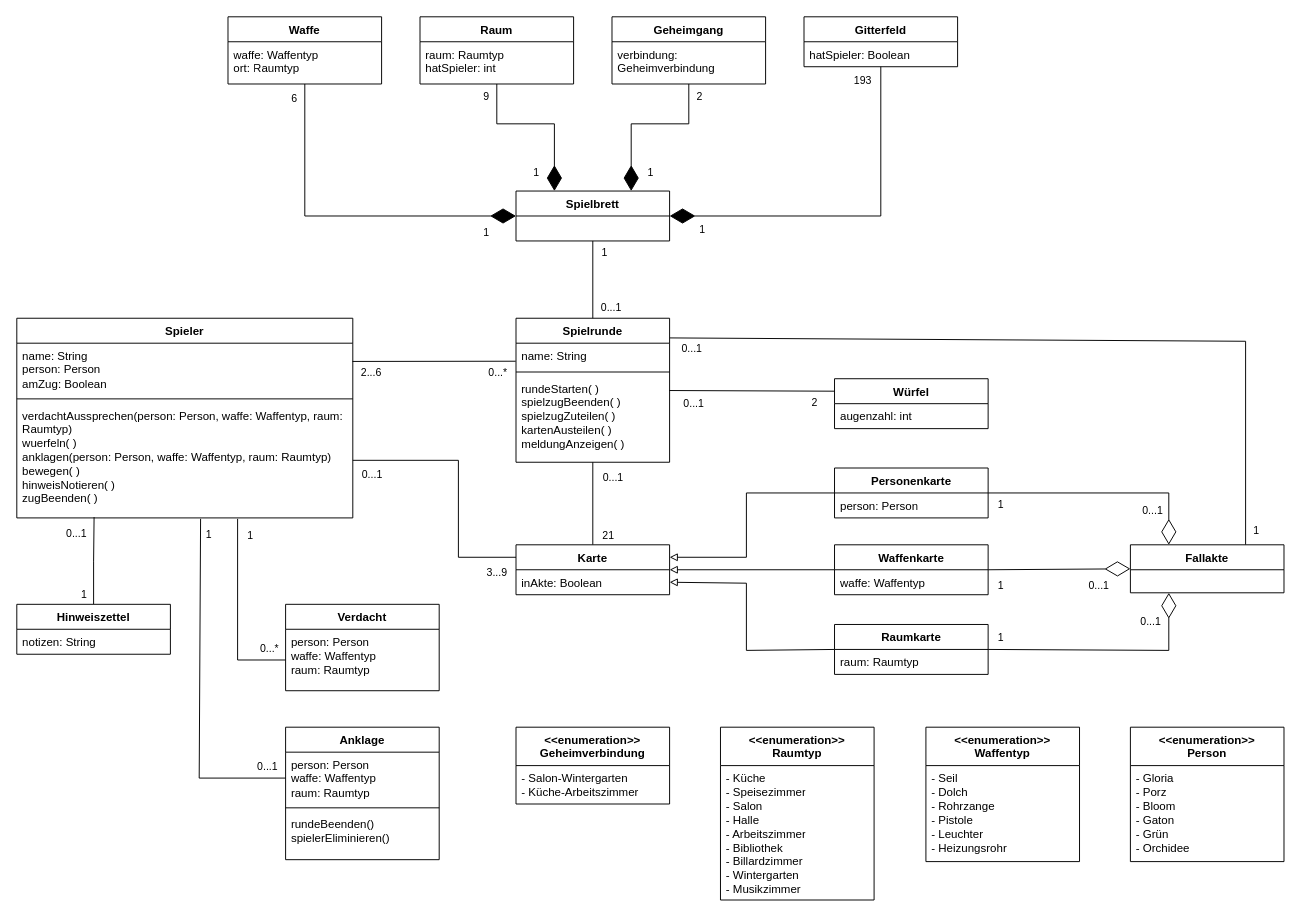
Earlier version of the draw.io diagram draw.io/Klassendiagramm.drawio (dhbw-jhoang/dhbw_software_engineering_spiel). Source tidied: cells renumbered, new cells numbered last; positions are measured from the earlier drawing's top-left corner, leaving out a move shared by most shapes. Both pictures are drawn from the tidied source at 96%, with x=0, y=0 at pixel (16, 16).
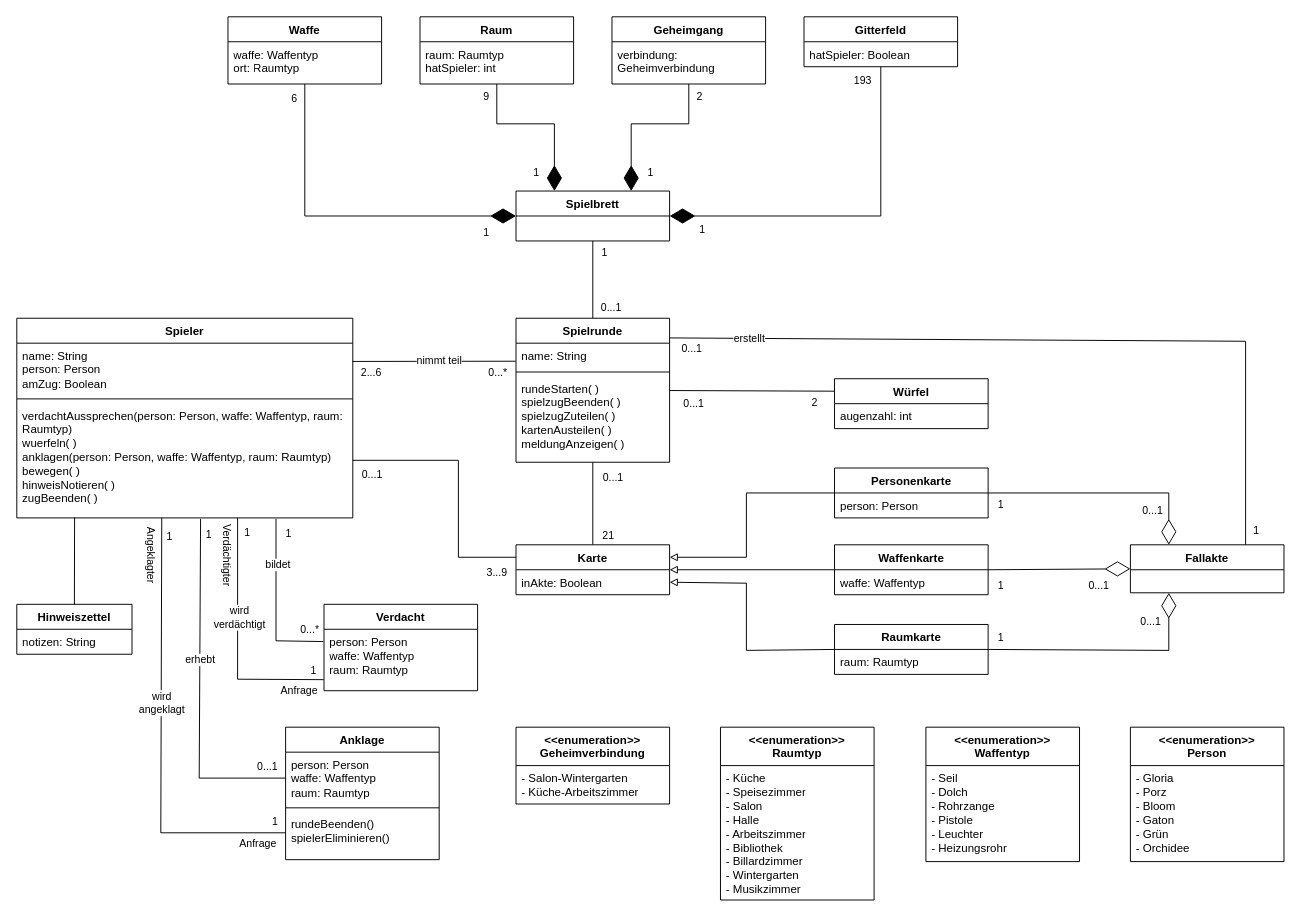
The same page after the edit.

Commit message (it also covers changes not shown here):
Klassendiagramm mit Rollen erweitert

The change refers to these unchanged cells:
```xml
<mxCell id="13" value="verdachtAussprechen(person: Person, waffe: Waffentyp, raum: Raumtyp)&lt;br&gt;wuerfeln( )&lt;br&gt;anklagen(person: Person, waffe: Waffentyp, raum: Raumtyp)&lt;br&gt;bewegen( )&lt;br&gt;hinweisNotieren( )&lt;br&gt;zugBeenden( )" style="text;strokeColor=none;fillColor=none;align=left;verticalAlign=top;spacingLeft=4;spacingRight=4;overflow=hidden;points=[[0,0.5],[1,0.5]];portConstraint=eastwest;whiteSpace=wrap;html=1;" parent="10" vertex="1">
  <mxGeometry y="88" width="350" height="120" as="geometry" />
</mxCell>
<mxCell id="19" style="edgeStyle=none;rounded=0;jettySize=auto;html=1;exitX=1;exitY=0.25;exitDx=0;exitDy=0;entryX=0.75;entryY=0;entryDx=0;entryDy=0;endArrow=none;endFill=0;" parent="1" edge="1" target="75">
  <mxGeometry relative="1" as="geometry">
    <mxPoint x="680" y="334.5" as="sourcePoint" />
    <Array as="points">
      <mxPoint x="1280" y="338" />
    </Array>
  </mxGeometry>
</mxCell>
<mxCell id="31" style="edgeStyle=none;rounded=0;jettySize=auto;html=1;endArrow=none;endFill=0;entryX=-0.002;entryY=0.722;entryDx=0;entryDy=0;exitX=0.999;exitY=0.352;exitDx=0;exitDy=0;exitPerimeter=0;entryPerimeter=0;" parent="1" edge="1" source="11" target="23">
  <mxGeometry relative="1" as="geometry" />
</mxCell>
<mxCell id="88" value="rundeBeenden()&lt;br&gt;spielerEliminieren()" style="text;strokeColor=none;fillColor=none;align=left;verticalAlign=top;spacingLeft=4;spacingRight=4;overflow=hidden;points=[[0,0.5],[1,0.5]];portConstraint=eastwest;whiteSpace=wrap;html=1;" parent="85" vertex="1">
  <mxGeometry y="88" width="160" height="50" as="geometry" />
</mxCell>
<mxCell id="93" value="person: Person&lt;br&gt;waffe: Waffentyp&lt;br&gt;raum: Raumtyp" style="text;strokeColor=none;fillColor=none;align=left;verticalAlign=top;spacingLeft=4;spacingRight=4;overflow=hidden;points=[[0,0.5],[1,0.5]];portConstraint=eastwest;whiteSpace=wrap;html=1;" parent="92" vertex="1">
  <mxGeometry y="26" width="160" height="64" as="geometry" />
</mxCell>
<mxCell id="94" style="edgeStyle=none;rounded=0;jettySize=auto;html=1;exitX=0;exitY=0.5;exitDx=0;exitDy=0;entryX=0.547;entryY=1.008;entryDx=0;entryDy=0;entryPerimeter=0;endArrow=none;endFill=0;" parent="1" edge="1" source="86" target="13">
  <mxGeometry relative="1" as="geometry">
    <Array as="points">
      <mxPoint x="190" y="793" />
    </Array>
  </mxGeometry>
</mxCell>
```

Diff of the diagram source:
```diff
@@
-    <mxCell id="14" style="edgeStyle=orthogonalEdgeStyle;rounded=0;jettySize=auto;html=1;exitX=0.5;exitY=0;exitDx=0;exitDy=0;entryX=0.23;entryY=0.993;entryDx=0;entryDy=0;entryPerimeter=0;endArrow=none;endFill=0;" parent="1" edge="1" source="17" target="13">
-      <mxGeometry relative="1" as="geometry" />
-    </mxCell>
-    <mxCell id="15" value="1" style="edgeLabel;html=1;align=center;verticalAlign=middle;" parent="14" vertex="1">
-      <mxGeometry x="0.04" y="2" relative="1" as="geometry">
-        <mxPoint x="-9" y="36" as="offset" />
-      </mxGeometry>
-    </mxCell>
-    <mxCell id="16" value="0...1" style="edgeLabel;html=1;align=center;verticalAlign=middle;" parent="14" vertex="1">
-      <mxGeometry x="0.45" y="-1" relative="1" as="geometry">
-        <mxPoint x="-20" y="-9" as="offset" />
-      </mxGeometry>
-    </mxCell>
     <mxCell id="17" value="Hinweiszettel" style="swimlane;fontStyle=1;align=center;verticalAlign=top;horizontal=1;startSize=26;whiteSpace=wrap;html=1;" parent="1" vertex="1">
-      <mxGeometry y="612" width="160" height="52" as="geometry" />
+      <mxGeometry y="612" width="120" height="52" as="geometry" />
     </mxCell>
     <mxCell id="18" value="notizen: String" style="text;strokeColor=none;fillColor=none;align=left;verticalAlign=top;spacingLeft=4;spacingRight=4;overflow=hidden;whiteSpace=wrap;html=1;" parent="17" vertex="1">
-      <mxGeometry y="26" width="160" height="26" as="geometry" />
+      <mxGeometry y="26" width="120" height="26" as="geometry" />
     </mxCell>
@@
+    <mxCell id="97" value="erstellt" style="edgeLabel;html=1;align=center;verticalAlign=middle;" parent="19" vertex="1">
+      <mxGeometry x="-0.05" y="2" relative="1" as="geometry">
+        <mxPoint x="-304" as="offset" />
+      </mxGeometry>
+    </mxCell>
@@
+    <mxCell id="98" value="nimmt teil" style="edgeLabel;html=1;align=center;verticalAlign=middle;" parent="31" vertex="1">
+      <mxGeometry x="0.11" y="-1" relative="1" as="geometry">
+        <mxPoint x="-4" y="-2" as="offset" />
+      </mxGeometry>
+    </mxCell>
@@
-    <mxCell id="89" style="edgeStyle=none;rounded=0;orthogonalLoop=1;jettySize=auto;html=1;exitX=0;exitY=0.5;exitDx=0;exitDy=0;endArrow=none;endFill=0;" parent="1" edge="1">
+    <mxCell id="89" style="edgeStyle=none;rounded=0;jettySize=auto;html=1;exitX=-0.004;exitY=0.2;exitDx=0;exitDy=0;endArrow=none;endFill=0;exitPerimeter=0;" parent="1" edge="1" source="93">
       <mxGeometry relative="1" as="geometry">
-        <mxPoint x="280" y="670" as="sourcePoint" />
-        <mxPoint x="230" y="523" as="targetPoint" />
+        <mxPoint x="270" y="523" as="targetPoint" />
         <Array as="points">
-          <mxPoint x="230" y="670" />
+          <mxPoint x="270" y="650" />
         </Array>
       </mxGeometry>
     </mxCell>
@@
+    <mxCell id="99" value="bildet" style="edgeLabel;html=1;align=center;verticalAlign=middle;" parent="89" vertex="1">
+      <mxGeometry x="0.27" y="-1" relative="1" as="geometry">
+        <mxPoint y="-17" as="offset" />
+      </mxGeometry>
+    </mxCell>
     <mxCell id="92" value="Verdacht" style="swimlane;fontStyle=1;align=center;verticalAlign=top;horizontal=1;startSize=26;whiteSpace=wrap;html=1;" parent="1" vertex="1">
-      <mxGeometry x="280" y="612" width="160" height="90" as="geometry" />
+      <mxGeometry x="320" y="612" width="160" height="90" as="geometry" />
     </mxCell>
@@
+    <mxCell id="100" value="erhebt" style="edgeLabel;html=1;align=center;verticalAlign=middle;" parent="94" vertex="1">
+      <mxGeometry x="-0.13" y="-3" relative="1" as="geometry">
+        <mxPoint x="-3" y="-57" as="offset" />
+      </mxGeometry>
+    </mxCell>
+    <mxCell id="101" style="edgeStyle=none;rounded=0;jettySize=auto;html=1;endArrow=none;endFill=0;exitX=-0.002;exitY=0.82;exitDx=0;exitDy=0;exitPerimeter=0;" parent="1" edge="1" source="93">
+      <mxGeometry relative="1" as="geometry">
+        <mxPoint x="230" y="522" as="targetPoint" />
+        <Array as="points">
+          <mxPoint x="230" y="690" />
+        </Array>
+      </mxGeometry>
+    </mxCell>
+    <mxCell id="102" value="1" style="edgeLabel;html=1;align=center;verticalAlign=middle;" parent="101" vertex="1">
+      <mxGeometry x="-0.77" relative="1" as="geometry">
+        <mxPoint x="19" y="-10" as="offset" />
+      </mxGeometry>
+    </mxCell>
+    <mxCell id="103" value="1" style="edgeLabel;html=1;align=center;verticalAlign=middle;" parent="101" vertex="1">
+      <mxGeometry x="0.83" y="1" relative="1" as="geometry">
+        <mxPoint x="10" y="-7" as="offset" />
+      </mxGeometry>
+    </mxCell>
+    <mxCell id="104" value="wird &lt;br&gt;verdächtigt" style="edgeLabel;html=1;align=center;verticalAlign=middle;" parent="101" vertex="1">
+      <mxGeometry x="0.27" y="-1" relative="1" as="geometry">
+        <mxPoint y="10" as="offset" />
+      </mxGeometry>
+    </mxCell>
+    <mxCell id="105" value="Verdächtigter" style="edgeLabel;html=1;align=center;verticalAlign=middle;rotation=90;" parent="101" vertex="1">
+      <mxGeometry x="0.27" y="-1" relative="1" as="geometry">
+        <mxPoint x="-11" y="-56" as="offset" />
+      </mxGeometry>
+    </mxCell>
+    <mxCell id="106" value="Anfrage" style="edgeLabel;html=1;align=center;verticalAlign=middle;" parent="101" vertex="1">
+      <mxGeometry x="0.27" y="-1" relative="1" as="geometry">
+        <mxPoint x="62" y="86" as="offset" />
+      </mxGeometry>
+    </mxCell>
+    <mxCell id="107" value="Angeklagter" style="edgeLabel;html=1;align=center;verticalAlign=middle;rotation=90;" parent="101" vertex="1">
+      <mxGeometry x="0.27" y="-1" relative="1" as="geometry">
+        <mxPoint x="-91" y="-56" as="offset" />
+      </mxGeometry>
+    </mxCell>
+    <mxCell id="108" value="Anfrage" style="edgeLabel;html=1;align=center;verticalAlign=middle;" parent="101" vertex="1">
+      <mxGeometry x="0.27" y="-1" relative="1" as="geometry">
+        <mxPoint x="19" y="245" as="offset" />
+      </mxGeometry>
+    </mxCell>
+    <mxCell id="14" style="endArrow=none;html=1;rounded=0;exitX=0.5;exitY=0;exitDx=0;exitDy=0;entryX=0.172;entryY=0.996;entryDx=0;entryDy=0;entryPerimeter=0;" parent="1" edge="1" source="17" target="13">
+      <mxGeometry relative="1" as="geometry" />
+    </mxCell>
+    <mxCell id="109" style="edgeStyle=none;rounded=0;jettySize=auto;html=1;exitX=0;exitY=0.44;exitDx=0;exitDy=0;entryX=0.547;entryY=1.008;entryDx=0;entryDy=0;entryPerimeter=0;endArrow=none;endFill=0;exitPerimeter=0;" parent="1" edge="1" source="88">
+      <mxGeometry relative="1" as="geometry">
+        <mxPoint x="151" y="522" as="targetPoint" />
+        <Array as="points">
+          <mxPoint x="150" y="850" />
+        </Array>
+      </mxGeometry>
+    </mxCell>
+    <mxCell id="110" value="1" style="edgeLabel;html=1;align=center;verticalAlign=middle;" parent="109" vertex="1">
+      <mxGeometry x="-0.83" y="-2" relative="1" as="geometry">
+        <mxPoint x="27" y="-11" as="offset" />
+      </mxGeometry>
+    </mxCell>
+    <mxCell id="111" value="1" style="edgeLabel;html=1;align=center;verticalAlign=middle;" parent="109" vertex="1">
+      <mxGeometry x="0.92" y="-1" relative="1" as="geometry">
+        <mxPoint x="7" as="offset" />
+      </mxGeometry>
+    </mxCell>
+    <mxCell id="112" value="wird&lt;br&gt;angeklagt" style="edgeLabel;html=1;align=center;verticalAlign=middle;" parent="109" vertex="1">
+      <mxGeometry x="-0.13" y="-3" relative="1" as="geometry">
+        <mxPoint x="-3" y="-67" as="offset" />
+      </mxGeometry>
+    </mxCell>
```
